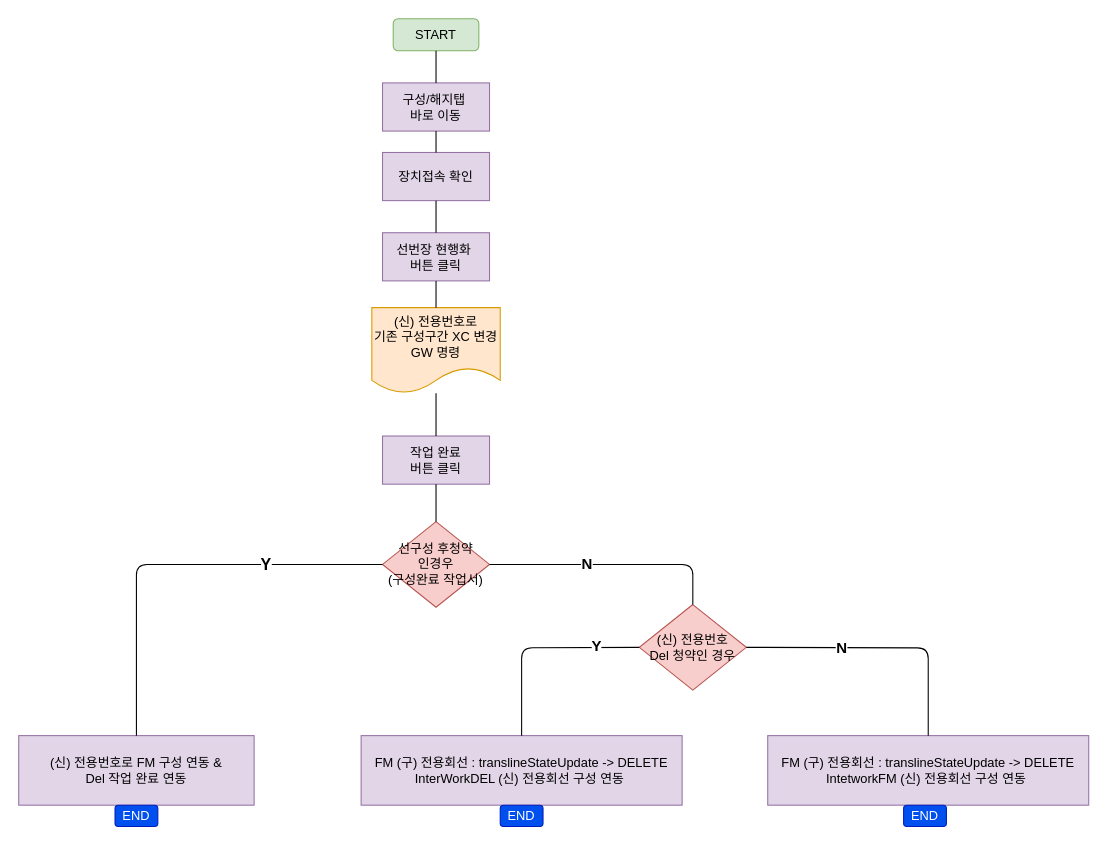
CharmingTree/UML keeps this draw.io diagram as 작업서 진행.drawio. Above is the earlier version. Source tidied: cells renumbered, new cells numbered last; positions are measured from the earlier drawing's top-left corner, leaving out a move shared by most shapes. Both pictures are drawn from the tidied source at 107%, with x=0, y=0 at pixel (18, 18).
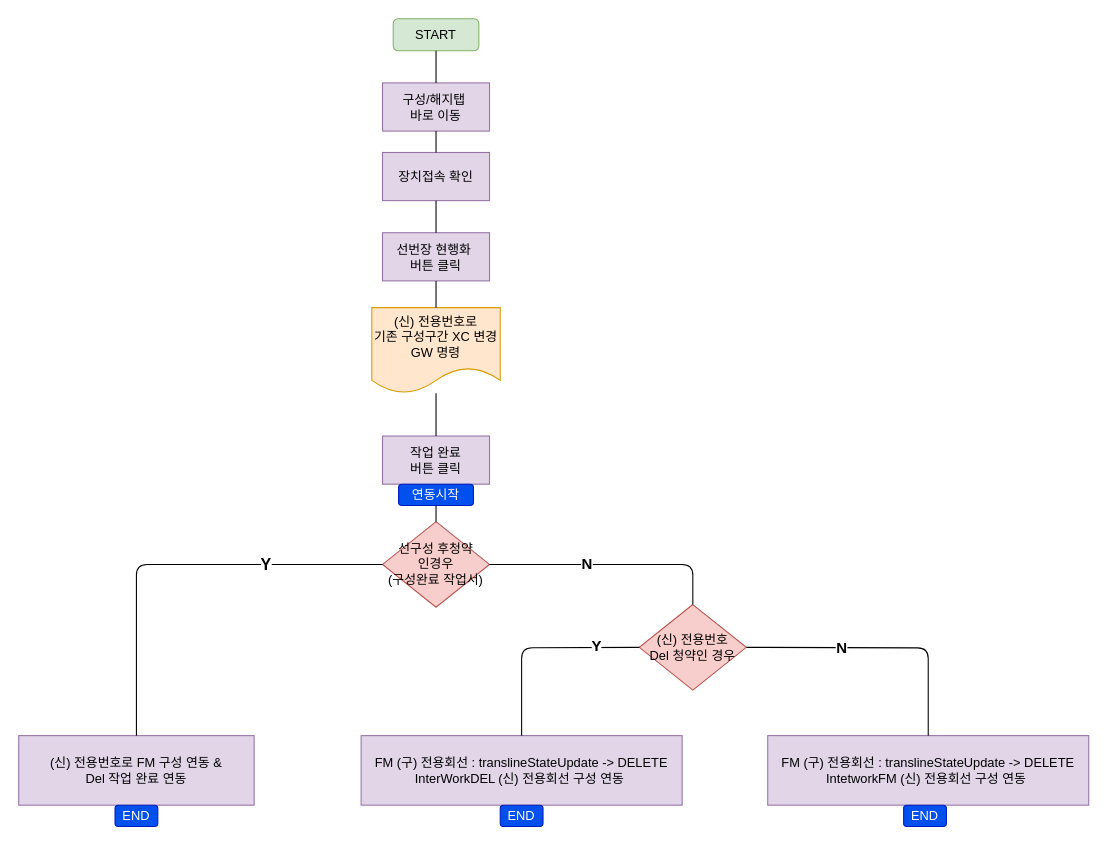
The same diagram, later.

Commit message:
Update 작업서 진행.drawio

Change to the diagram source:
```diff
@@
+    <mxCell id="27" value="연동시작" style="rounded=1;whiteSpace=wrap;html=1;fillColor=#0050ef;strokeColor=#001DBC;fontColor=#ffffff;" parent="1" vertex="1">
+      <mxGeometry x="355" y="435" width="70" height="20" as="geometry" />
+    </mxCell>
```
